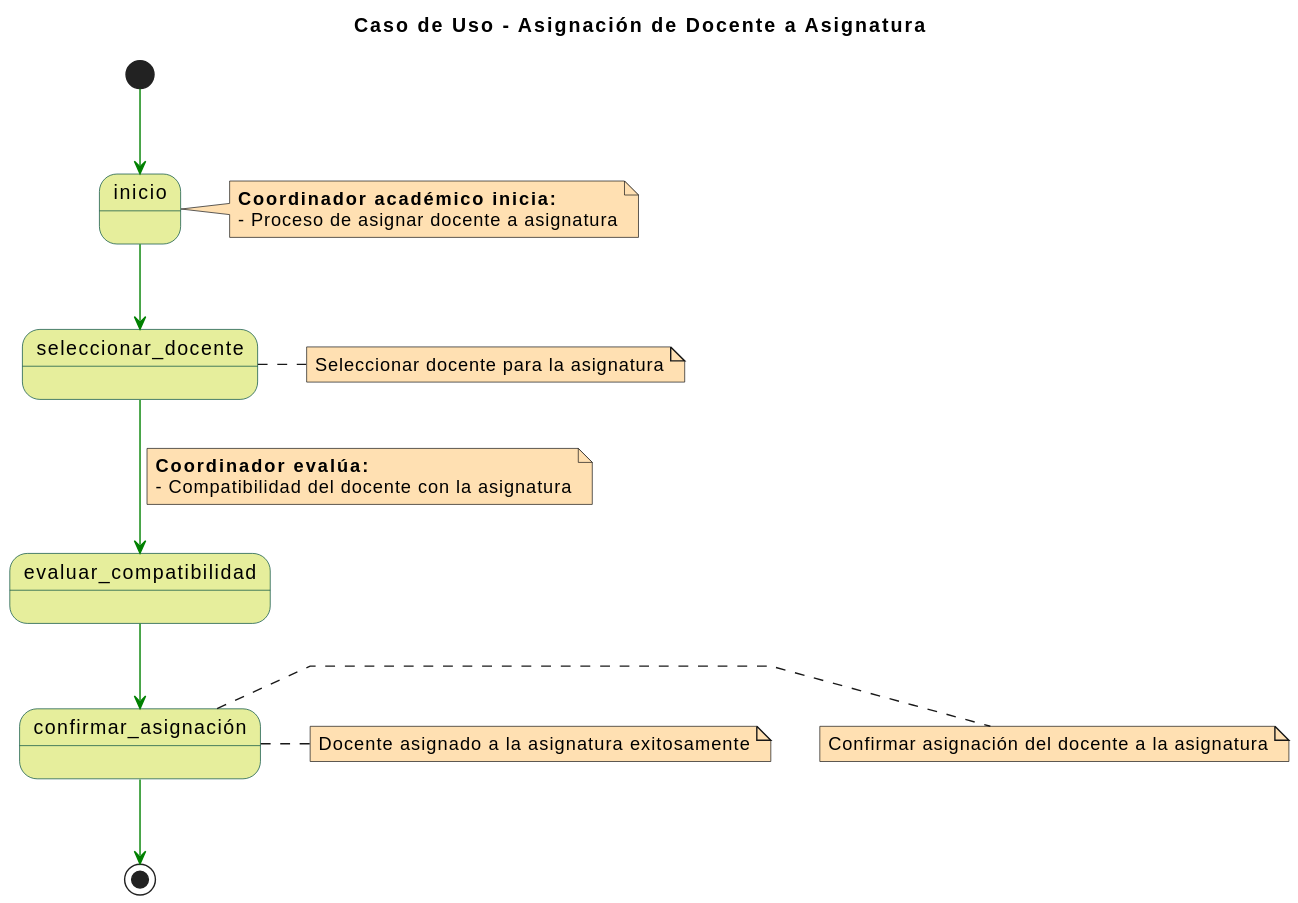
The PlantUML diagram imagenes/Casos de Uso/Detalle de DocenteAsignatura.svg in mmasias/23-24-IdSw1-SDR, before a commit. The source it was exported from:
```plantuml
@startuml
skinparam state {
  BackgroundColor #e6ee9c
  BorderColor #004d40
}

skinparam note {
  BackgroundColor #ffe0b2
}

skinparam linetype polyline

title Caso de Uso - Asignación de Docente a Asignatura

[*] -[#green]-> inicio
note right of inicio
  **Coordinador académico inicia:**
  - Proceso de asignar docente a asignatura
end note

inicio -[#green]-> seleccionar_docente
note right of seleccionar_docente
  Seleccionar docente para la asignatura
end note

seleccionar_docente -[#green]-> evaluar_compatibilidad
note on link
  **Coordinador evalúa:**
  - Compatibilidad del docente con la asignatura
end note

evaluar_compatibilidad -[#green]-> confirmar_asignación
note right of confirmar_asignación
  Confirmar asignación del docente a la asignatura
end note

confirmar_asignación -[#green]-> [*]
note right of confirmar_asignación
  Docente asignado a la asignatura exitosamente
end note
@enduml
```
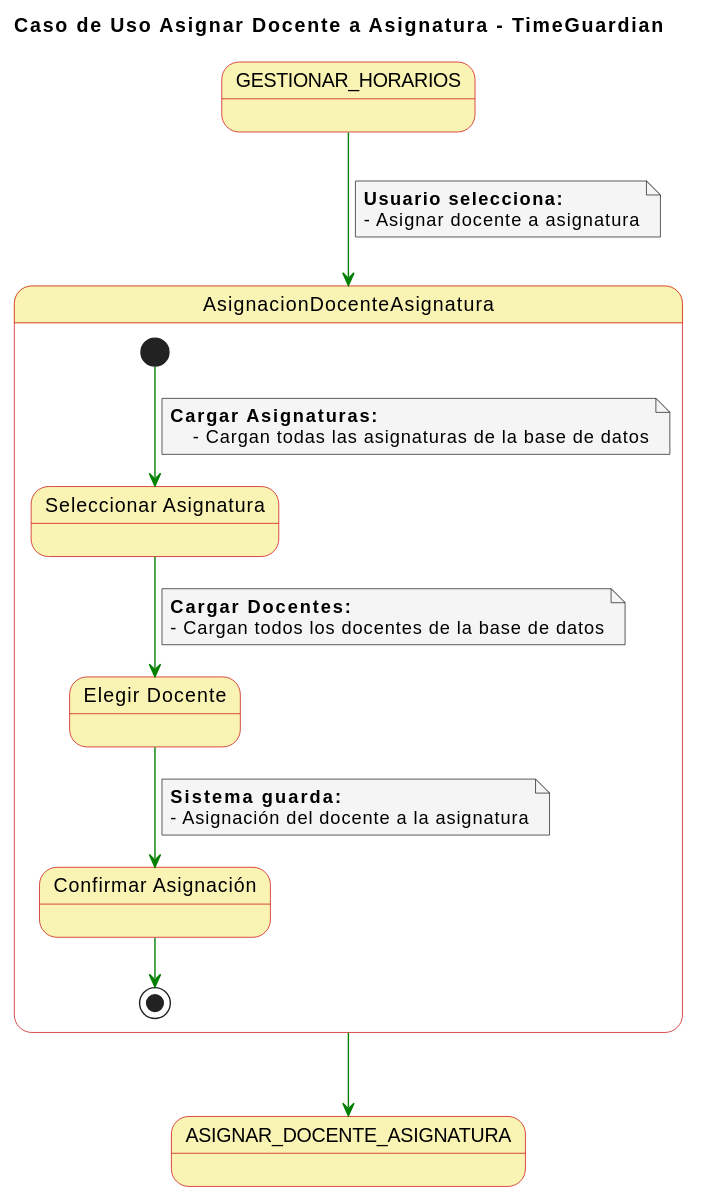
Above is the later version.

The edit, as a diff of the source:
```diff
@@ -1,41 +1,46 @@
 @startuml
 skinparam state {
-  BackgroundColor #e6ee9c
-  BorderColor #004d40
+  BackgroundColor #faf4b4
+  BorderColor #c90000
 }
 
 skinparam note {
-  BackgroundColor #ffe0b2
+  BackgroundColor #f5f5f5
 }
 
 skinparam linetype polyline
 
-title Caso de Uso - Asignación de Docente a Asignatura
+title Caso de Uso Asignar Docente a Asignatura - TimeGuardian
 
-[*] -[#green]-> inicio
-note right of inicio
-  **Coordinador académico inicia:**
-  - Proceso de asignar docente a asignatura
+GESTIONAR_HORARIOS-[#green]-> AsignacionDocenteAsignatura
+note on link
+  **Usuario selecciona:**
+  - Asignar docente a asignatura
 end note
 
-inicio -[#green]-> seleccionar_docente
-note right of seleccionar_docente
-  Seleccionar docente para la asignatura
+state AsignacionDocenteAsignatura {
+  state "Seleccionar Asignatura" as SeleccionarAsignatura
+  state "Elegir Docente" as ElegirDocente
+  state "Confirmar Asignación" as Confirmar
+
+
+  [*] -[#green]-> SeleccionarAsignatura
+note on link
+**Cargar Asignaturas:**
+    - Cargan todas las asignaturas de la base de datos
 end note
+  SeleccionarAsignatura -[#green]-> ElegirDocente
+  note on link
+    **Cargar Docentes:**
+    - Cargan todos los docentes de la base de datos
+  end note
+  ElegirDocente -[#green]-> Confirmar
+  note on link
+    **Sistema guarda:**
+    - Asignación del docente a la asignatura
+  end note
+  Confirmar -[#green]-> [*]
+}
 
-seleccionar_docente -[#green]-> evaluar_compatibilidad
-note on link
-  **Coordinador evalúa:**
-  - Compatibilidad del docente con la asignatura
-end note
-
-evaluar_compatibilidad -[#green]-> confirmar_asignación
-note right of confirmar_asignación
-  Confirmar asignación del docente a la asignatura
-end note
-
-confirmar_asignación -[#green]-> [*]
-note right of confirmar_asignación
-  Docente asignado a la asignatura exitosamente
-end note
+AsignacionDocenteAsignatura -[#green]-> ASIGNAR_DOCENTE_ASIGNATURA
 @enduml
```
